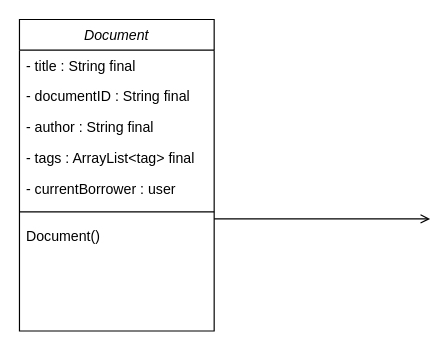
dev-yorha/codespace_yorha keeps this draw.io diagram as JavaLib.drawio. Above is the earlier version. Source tidied: cells renumbered, new cells numbered last; positions are measured from the earlier drawing's top-left corner, leaving out a move shared by most shapes. Both pictures are drawn from the tidied source at 118%, with x=0, y=0 at pixel (19, 19).
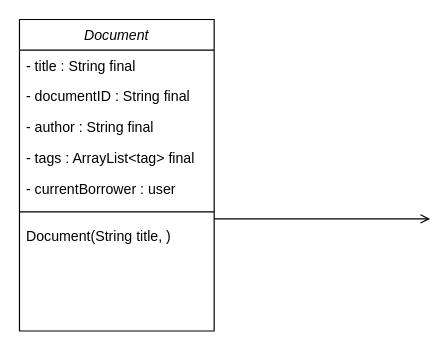
After the change.

The edit, as a diff of the source:
```diff
@@
 <mxGraphModel>
   <root>
     <mxCell id="0" />
     <mxCell id="1" parent="0" />
     <mxCell id="2" value="Document" style="swimlane;fontStyle=2;align=center;verticalAlign=top;horizontal=1;startSize=26;rounded=0;shadow=0;strokeWidth=1;" parent="1" vertex="1">
       <mxGeometry width="165" height="264" as="geometry" />
     </mxCell>
     <mxCell id="3" value="- title : String final" style="text;align=left;verticalAlign=top;spacingLeft=4;spacingRight=4;overflow=hidden;rounded=0;shadow=0;html=0;" parent="2" vertex="1">
       <mxGeometry y="26" width="165" height="26" as="geometry" />
     </mxCell>
     <mxCell id="4" value="- documentID : String final" style="text;align=left;verticalAlign=top;spacingLeft=4;spacingRight=4;overflow=hidden;rounded=0;shadow=0;html=0;" parent="2" vertex="1">
       <mxGeometry y="52" width="165" height="26" as="geometry" />
     </mxCell>
     <mxCell id="5" value="- author : String final" style="text;align=left;verticalAlign=top;spacingLeft=4;spacingRight=4;overflow=hidden;rounded=0;shadow=0;html=0;" parent="2" vertex="1">
       <mxGeometry y="78" width="165" height="26" as="geometry" />
     </mxCell>
     <mxCell id="6" value="- tags : ArrayList&lt;tag&gt; final" style="text;align=left;verticalAlign=top;spacingLeft=4;spacingRight=4;overflow=hidden;rounded=0;shadow=0;html=0;" parent="2" vertex="1">
       <mxGeometry y="104" width="165" height="26" as="geometry" />
     </mxCell>
     <mxCell id="7" value="- currentBorrower : user" style="text;align=left;verticalAlign=top;spacingLeft=4;spacingRight=4;overflow=hidden;rounded=0;shadow=0;html=0;" parent="2" vertex="1">
       <mxGeometry y="130" width="165" height="26" as="geometry" />
     </mxCell>
     <mxCell id="8" style="line;html=1;strokeWidth=1;align=left;verticalAlign=middle;spacingTop=-1;spacingLeft=3;spacingRight=3;labelPosition=right;" parent="2" vertex="1">
       <mxGeometry y="156" width="165" height="14" as="geometry" />
     </mxCell>
-    <mxCell id="9" value="Document()" style="text;align=left;verticalAlign=top;spacingLeft=4;spacingRight=4;overflow=hidden;" parent="2" vertex="1">
+    <mxCell id="9" value="Document(String title, )" style="text;align=left;verticalAlign=top;spacingLeft=4;spacingRight=4;overflow=hidden;" parent="2" vertex="1">
       <mxGeometry y="170" width="165" height="26" as="geometry" />
     </mxCell>
     <mxCell id="10" style="endArrow=open;shadow=0;strokeWidth=1;rounded=0;curved=0;endFill=1;edgeStyle=elbowEdgeStyle;elbow=vertical;" parent="1" edge="1" source="2">
       <mxGeometry x="0.5" y="41" relative="1" as="geometry">
         <mxPoint x="348" y="169.4" as="targetPoint" />
         <mxPoint x="-40" y="32" as="offset" />
       </mxGeometry>
     </mxCell>
   </root>
 </mxGraphModel>
```
